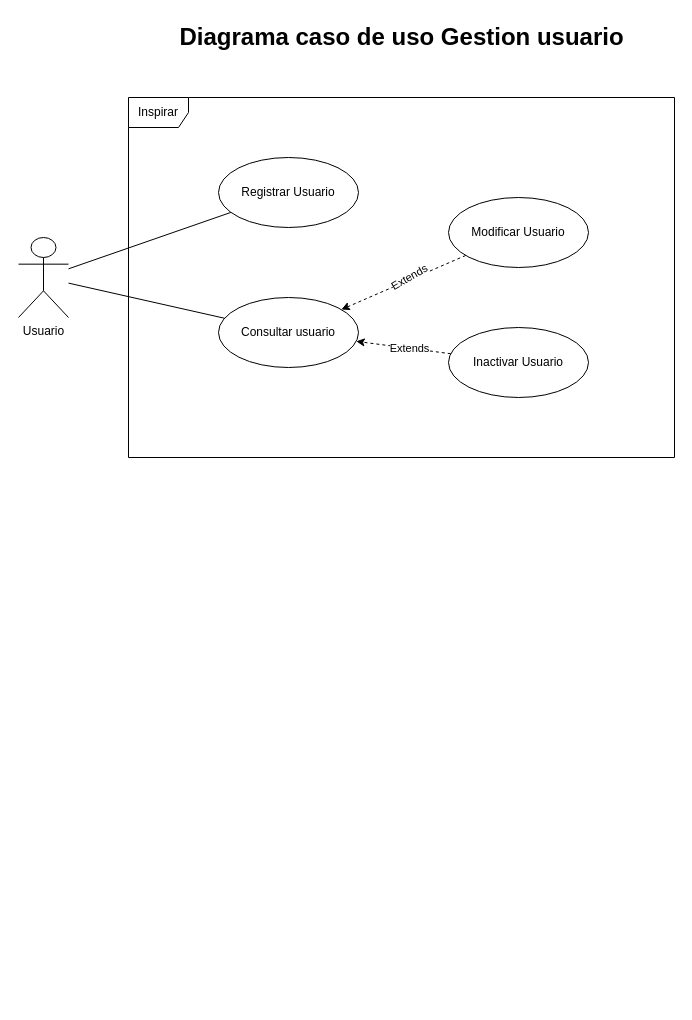
Earlier version of the draw.io diagram page "D. Caso de Uso: Gestión Consulta" (3 of 9) of Diagramas/Untitled Diagram.drawio (barloff2/Diagramas). Source tidied: cells renumbered, new cells numbered last; positions are measured from the earlier drawing's top-left corner, leaving out a move shared by most shapes. Both pictures are drawn from the tidied source at 100%, with x=0, y=0 at pixel (18, 17).
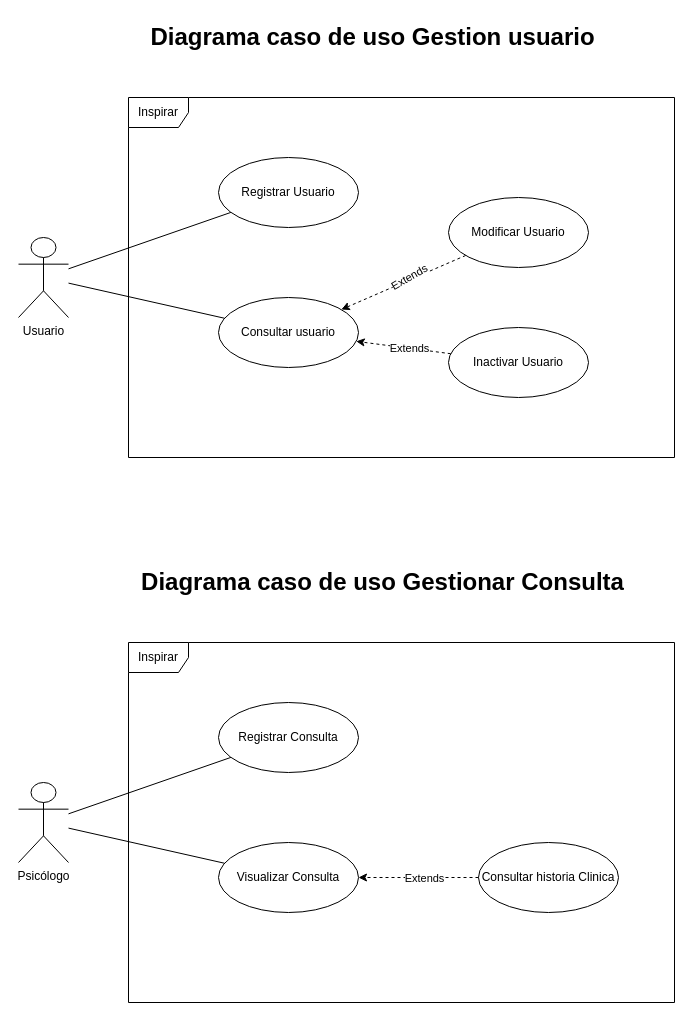
The same diagram, later.

Change to the diagram source:
```diff
@@
     <mxCell id="3" value="Diagrama caso de uso Gestion usuario" style="text;strokeColor=none;fillColor=none;html=1;fontSize=24;fontStyle=1;verticalAlign=middle;align=center;" parent="1" vertex="1">
-      <mxGeometry x="333" width="100" height="40" as="geometry" />
+      <mxGeometry x="120" width="467" height="40" as="geometry" />
     </mxCell>
@@
+    <mxCell id="15" value="Psicólogo" style="shape=umlActor;verticalLabelPosition=bottom;verticalAlign=top;html=1;outlineConnect=0;direction=east;" parent="1" vertex="1">
+      <mxGeometry y="765" width="50" height="80" as="geometry" />
+    </mxCell>
+    <mxCell id="16" value="Diagrama caso de uso Gestionar Consulta" style="text;strokeColor=none;fillColor=none;html=1;fontSize=24;fontStyle=1;verticalAlign=middle;align=center;" parent="1" vertex="1">
+      <mxGeometry x="115" y="545" width="497" height="40" as="geometry" />
+    </mxCell>
+    <mxCell id="17" value="Inspirar" style="shape=umlFrame;whiteSpace=wrap;html=1;" parent="1" vertex="1">
+      <mxGeometry x="110" y="625" width="546" height="360" as="geometry" />
+    </mxCell>
+    <mxCell id="18" value="Registrar Consulta" style="ellipse;whiteSpace=wrap;html=1;" parent="1" vertex="1">
+      <mxGeometry x="200" y="685" width="140" height="70" as="geometry" />
+    </mxCell>
+    <mxCell id="19" value="Visualizar Consulta" style="ellipse;whiteSpace=wrap;html=1;" parent="1" vertex="1">
+      <mxGeometry x="200" y="825" width="140" height="70" as="geometry" />
+    </mxCell>
+    <mxCell id="20" value="Consultar historia Clinica" style="ellipse;whiteSpace=wrap;html=1;" parent="1" vertex="1">
+      <mxGeometry x="460" y="825" width="140" height="70" as="geometry" />
+    </mxCell>
+    <mxCell id="21" style="endArrow=none;html=1;rounded=0;" parent="1" edge="1" source="18" target="15">
+      <mxGeometry relative="1" as="geometry" />
+    </mxCell>
+    <mxCell id="22" style="endArrow=none;html=1;rounded=0;" parent="1" edge="1" source="19" target="15">
+      <mxGeometry relative="1" as="geometry" />
+    </mxCell>
+    <mxCell id="23" style="endArrow=classic;html=1;rounded=0;dashed=1;" parent="1" edge="1" source="20" target="19">
+      <mxGeometry relative="1" as="geometry" />
+    </mxCell>
+    <mxCell id="24" value="Extends" style="edgeLabel;html=1;align=center;verticalAlign=middle;rotation=0;" parent="23" vertex="1">
+      <mxGeometry x="-0.36" y="-1" relative="1" as="geometry">
+        <mxPoint x="-17" y="1" as="offset" />
+      </mxGeometry>
+    </mxCell>
```
